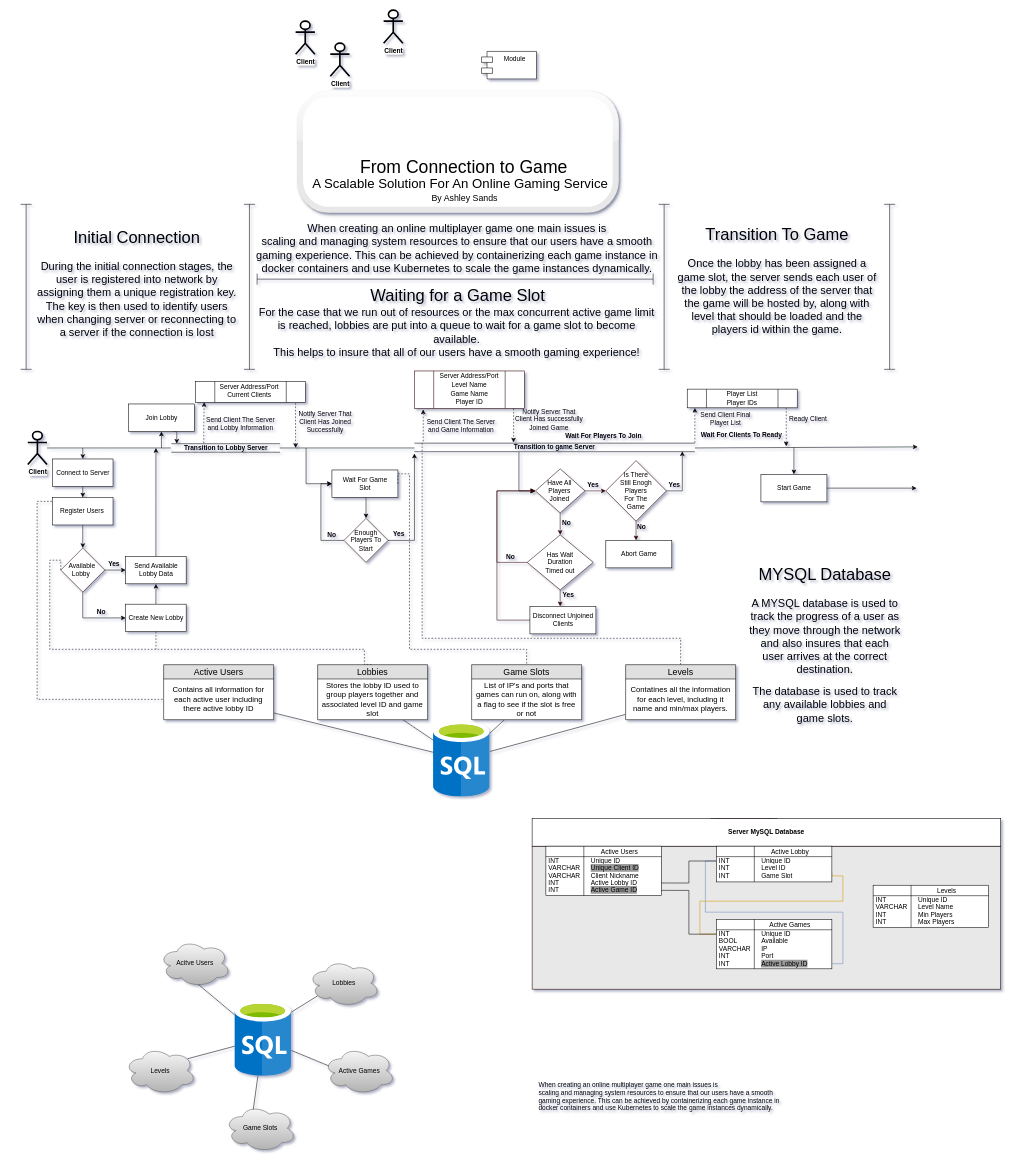
The draw.io diagram Server 2.drawio in Ashley-Sands/Comp-260, before the edit. Source tidied: cells renumbered, new cells numbered last; positions are measured from the earlier drawing's top-left corner, leaving out a move shared by most shapes. Both pictures are drawn from the tidied source at 55%, with x=0, y=0 at pixel (9, 10).
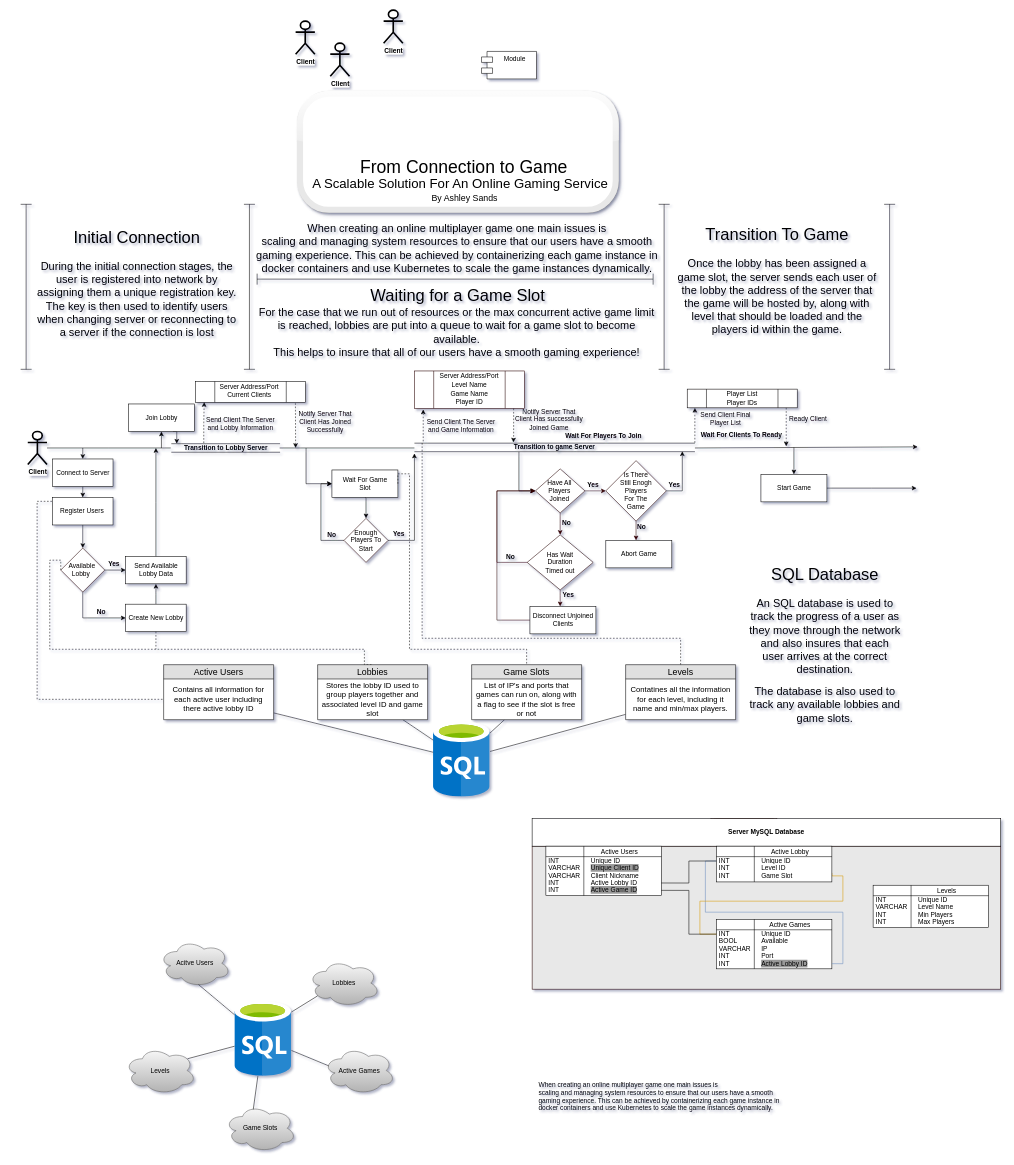
The same diagram, later.

The edit, as a diff of the source:
```diff
@@
-    <mxCell id="206" value="&lt;h1&gt;&lt;span style=&quot;font-weight: normal&quot;&gt;&lt;font style=&quot;font-size: 30px&quot;&gt;MYSQL Database&lt;/font&gt;&lt;/span&gt;&lt;/h1&gt;&lt;p&gt;&lt;font style=&quot;font-size: 20px&quot;&gt;A MYSQL database is used to track the progress of a user as they move through the network and also insures that each user arrives at the correct destination.&lt;/font&gt;&lt;/p&gt;&lt;p&gt;&lt;span style=&quot;font-size: 20px&quot;&gt;The database is used to track any available lobbies and game slots.&lt;/span&gt;&lt;/p&gt;&lt;p&gt;&lt;font style=&quot;font-size: 20px&quot;&gt;&lt;br&gt;&lt;/font&gt;&lt;/p&gt;" style="text;html=1;strokeColor=none;fillColor=none;spacing=5;spacingTop=-20;whiteSpace=wrap;overflow=hidden;rounded=0;shadow=0;glass=1;comic=0;fontSize=16;align=center;verticalAlign=middle;" parent="185" vertex="1">
+    <mxCell id="206" value="&lt;h1&gt;&lt;span style=&quot;font-weight: normal&quot;&gt;&lt;font style=&quot;font-size: 30px&quot;&gt;SQL Database&lt;/font&gt;&lt;/span&gt;&lt;/h1&gt;&lt;p&gt;&lt;font style=&quot;font-size: 20px&quot;&gt;An SQL database is used to track the progress of a user as they move through the network and also insures that each user arrives at the correct destination.&lt;/font&gt;&lt;/p&gt;&lt;p&gt;&lt;span style=&quot;font-size: 20px&quot;&gt;The database is also used to track any available lobbies and game slots.&lt;/span&gt;&lt;/p&gt;&lt;p&gt;&lt;font style=&quot;font-size: 20px&quot;&gt;&lt;br&gt;&lt;/font&gt;&lt;/p&gt;" style="text;html=1;strokeColor=none;fillColor=none;spacing=5;spacingTop=-20;whiteSpace=wrap;overflow=hidden;rounded=0;shadow=0;glass=1;comic=0;fontSize=16;align=center;verticalAlign=middle;" parent="185" vertex="1">
       <mxGeometry x="1340" y="1000" width="285" height="340" as="geometry" />
     </mxCell>
```
